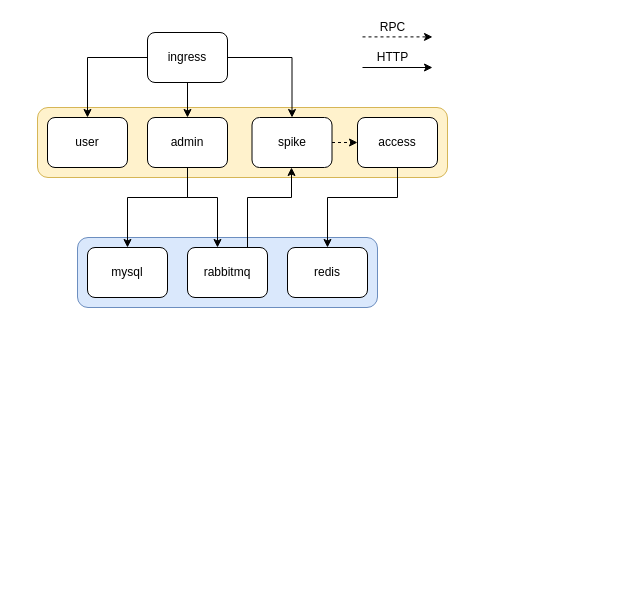
Above: bank_spike.drawio in vincent-vinf/bank_spike_backend (draw.io), before the change. Source tidied: cells renumbered, new cells numbered last; positions are measured from the earlier drawing's top-left corner, leaving out a move shared by most shapes. Both pictures are drawn from the tidied source at 100%, with x=0, y=0 at pixel (37, 17).
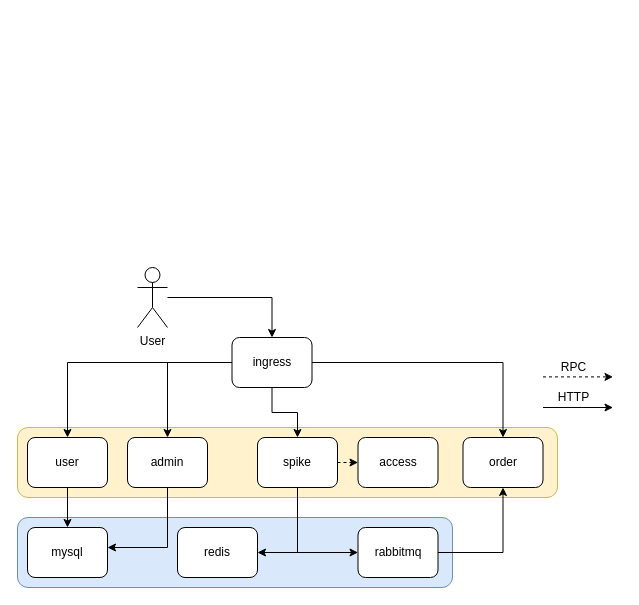
After the change.

Change to the diagram source:
```diff
@@
     <mxCell id="2" style="rounded=1;whiteSpace=wrap;html=1;fillColor=#dae8fc;strokeColor=#6c8ebf;" parent="1" vertex="1">
-      <mxGeometry x="40" y="220" width="300" height="70" as="geometry" />
+      <mxGeometry x="-20" y="500" width="435" height="70" as="geometry" />
     </mxCell>
     <mxCell id="3" style="rounded=1;whiteSpace=wrap;html=1;fillColor=#fff2cc;strokeColor=#d6b656;" parent="1" vertex="1">
-      <mxGeometry y="90" width="410" height="70" as="geometry" />
+      <mxGeometry x="-20" y="410" width="540" height="70" as="geometry" />
     </mxCell>
+    <mxCell id="24" style="edgeStyle=orthogonalEdgeStyle;rounded=0;jettySize=auto;html=1;" parent="1" edge="1" source="4" target="16">
+      <mxGeometry relative="1" as="geometry" />
+    </mxCell>
     <mxCell id="4" value="user" style="rounded=1;whiteSpace=wrap;html=1;" parent="1" vertex="1">
-      <mxGeometry x="10" y="100" width="80" height="50" as="geometry" />
+      <mxGeometry x="-10" y="420" width="80" height="50" as="geometry" />
     </mxCell>
     <mxCell id="5" style="edgeStyle=orthogonalEdgeStyle;rounded=0;jettySize=auto;html=1;dashed=1;" parent="1" edge="1" source="6" target="11">
       <mxGeometry relative="1" as="geometry">
         <Array as="points">
-          <mxPoint x="320" y="130" />
-          <mxPoint x="320" y="130" />
+          <mxPoint x="300" y="450" />
+          <mxPoint x="300" y="450" />
         </Array>
       </mxGeometry>
     </mxCell>
+    <mxCell id="25" style="edgeStyle=orthogonalEdgeStyle;rounded=0;jettySize=auto;html=1;" parent="1" edge="1" source="6" target="19">
+      <mxGeometry relative="1" as="geometry">
+        <Array as="points">
+          <mxPoint x="260" y="535" />
+        </Array>
+      </mxGeometry>
+    </mxCell>
+    <mxCell id="26" style="edgeStyle=orthogonalEdgeStyle;rounded=0;jettySize=auto;html=1;" parent="1" edge="1" source="6" target="17">
+      <mxGeometry relative="1" as="geometry">
+        <Array as="points">
+          <mxPoint x="260" y="535" />
+        </Array>
+      </mxGeometry>
+    </mxCell>
     <mxCell id="6" value="spike" style="rounded=1;whiteSpace=wrap;html=1;" parent="1" vertex="1">
-      <mxGeometry x="214.5" y="100" width="80" height="50" as="geometry" />
+      <mxGeometry x="220" y="420" width="80" height="50" as="geometry" />
     </mxCell>
-    <mxCell id="7" style="edgeStyle=orthogonalEdgeStyle;rounded=0;jettySize=auto;html=1;" parent="1" edge="1" source="9" target="19">
-      <mxGeometry relative="1" as="geometry">
-        <Array as="points">
-          <mxPoint x="150" y="180" />
-          <mxPoint x="180" y="180" />
-        </Array>
-      </mxGeometry>
-    </mxCell>
     <mxCell id="8" style="edgeStyle=orthogonalEdgeStyle;rounded=0;jettySize=auto;html=1;" parent="1" edge="1" source="9" target="16">
       <mxGeometry relative="1" as="geometry">
         <Array as="points">
-          <mxPoint x="150" y="180" />
-          <mxPoint x="90" y="180" />
+          <mxPoint x="130" y="530" />
         </Array>
       </mxGeometry>
     </mxCell>
     <mxCell id="9" value="admin" style="rounded=1;whiteSpace=wrap;html=1;" parent="1" vertex="1">
-      <mxGeometry x="110" y="100" width="80" height="50" as="geometry" />
+      <mxGeometry x="90" y="420" width="80" height="50" as="geometry" />
     </mxCell>
-    <mxCell id="10" style="edgeStyle=orthogonalEdgeStyle;rounded=0;jettySize=auto;html=1;" parent="1" edge="1" source="11" target="17">
-      <mxGeometry relative="1" as="geometry">
-        <Array as="points">
-          <mxPoint x="360" y="180" />
-          <mxPoint x="290" y="180" />
-        </Array>
-      </mxGeometry>
-    </mxCell>
     <mxCell id="11" value="access" style="rounded=1;whiteSpace=wrap;html=1;" parent="1" vertex="1">
-      <mxGeometry x="320" y="100" width="80" height="50" as="geometry" />
+      <mxGeometry x="320.5" y="420" width="80" height="50" as="geometry" />
     </mxCell>
@@
+    <mxCell id="27" style="edgeStyle=orthogonalEdgeStyle;rounded=0;jettySize=auto;html=1;" parent="1" edge="1" source="15" target="29">
+      <mxGeometry relative="1" as="geometry" />
+    </mxCell>
     <mxCell id="15" value="ingress" style="rounded=1;whiteSpace=wrap;html=1;" parent="1" vertex="1">
-      <mxGeometry x="110" y="15" width="80" height="50" as="geometry" />
+      <mxGeometry x="194.5" y="320" width="80" height="50" as="geometry" />
     </mxCell>
     <mxCell id="16" value="mysql" style="rounded=1;whiteSpace=wrap;html=1;" parent="1" vertex="1">
-      <mxGeometry x="50" y="230" width="80" height="50" as="geometry" />
+      <mxGeometry x="-10" y="510" width="80" height="50" as="geometry" />
     </mxCell>
     <mxCell id="17" value="redis" style="rounded=1;whiteSpace=wrap;html=1;" parent="1" vertex="1">
-      <mxGeometry x="250" y="230" width="80" height="50" as="geometry" />
+      <mxGeometry x="140" y="510" width="80" height="50" as="geometry" />
     </mxCell>
-    <mxCell id="18" style="edgeStyle=orthogonalEdgeStyle;rounded=0;jettySize=auto;html=1;" parent="1" edge="1" source="19" target="6">
-      <mxGeometry relative="1" as="geometry">
-        <Array as="points">
-          <mxPoint x="210" y="180" />
-          <mxPoint x="254" y="180" />
-        </Array>
-      </mxGeometry>
-    </mxCell>
+    <mxCell id="28" style="edgeStyle=orthogonalEdgeStyle;rounded=0;jettySize=auto;html=1;" parent="1" edge="1" source="19" target="29">
+      <mxGeometry relative="1" as="geometry" />
+    </mxCell>
     <mxCell id="19" value="rabbitmq" style="rounded=1;whiteSpace=wrap;html=1;" parent="1" vertex="1">
-      <mxGeometry x="150" y="230" width="80" height="50" as="geometry" />
+      <mxGeometry x="320.5" y="510" width="80" height="50" as="geometry" />
     </mxCell>
     <mxCell id="20" style="edgeStyle=orthogonalEdgeStyle;rounded=0;orthogonalLoop=1;jettySize=auto;html=1;" parent="1" edge="1">
       <mxGeometry relative="1" as="geometry">
-        <mxPoint x="325" y="50" as="sourcePoint" />
-        <mxPoint x="395" y="50" as="targetPoint" />
+        <mxPoint x="505.5" y="390" as="sourcePoint" />
+        <mxPoint x="575.5" y="390" as="targetPoint" />
       </mxGeometry>
     </mxCell>
     <mxCell id="21" style="edgeStyle=orthogonalEdgeStyle;rounded=0;orthogonalLoop=1;jettySize=auto;html=1;dashed=1;" parent="1" edge="1">
       <mxGeometry relative="1" as="geometry">
-        <mxPoint x="325" y="19.4" as="sourcePoint" />
-        <mxPoint x="395" y="19.4" as="targetPoint" />
+        <mxPoint x="505.5" y="359.4" as="sourcePoint" />
+        <mxPoint x="575.5" y="359.4" as="targetPoint" />
         <Array as="points">
-          <mxPoint x="336" y="19.4" />
-          <mxPoint x="395" y="19.4" />
+          <mxPoint x="516.5" y="359.4" />
+          <mxPoint x="575.5" y="359.4" />
         </Array>
       </mxGeometry>
     </mxCell>
     <mxCell id="22" value="RPC" style="text;html=1;align=center;verticalAlign=middle;strokeColor=none;fillColor=none;" parent="1" vertex="1">
-      <mxGeometry x="335" width="40" height="20" as="geometry" />
+      <mxGeometry x="515.5" y="340" width="40" height="20" as="geometry" />
     </mxCell>
     <mxCell id="23" value="HTTP" style="text;html=1;align=center;verticalAlign=middle;strokeColor=none;fillColor=none;" parent="1" vertex="1">
-      <mxGeometry x="330" y="30" width="50" height="20" as="geometry" />
+      <mxGeometry x="510.5" y="370" width="50" height="20" as="geometry" />
     </mxCell>
+    <mxCell id="29" value="order" style="rounded=1;whiteSpace=wrap;html=1;" parent="1" vertex="1">
+      <mxGeometry x="425.5" y="420" width="80" height="50" as="geometry" />
+    </mxCell>
+    <mxCell id="30" style="edgeStyle=orthogonalEdgeStyle;rounded=0;jettySize=auto;html=1;" parent="1" edge="1" source="31" target="15">
+      <mxGeometry relative="1" as="geometry" />
+    </mxCell>
+    <mxCell id="31" value="User" style="shape=umlActor;verticalLabelPosition=bottom;verticalAlign=top;html=1;outlineConnect=0;" parent="1" vertex="1">
+      <mxGeometry x="100" y="250" width="30" height="60" as="geometry" />
+    </mxCell>
```
